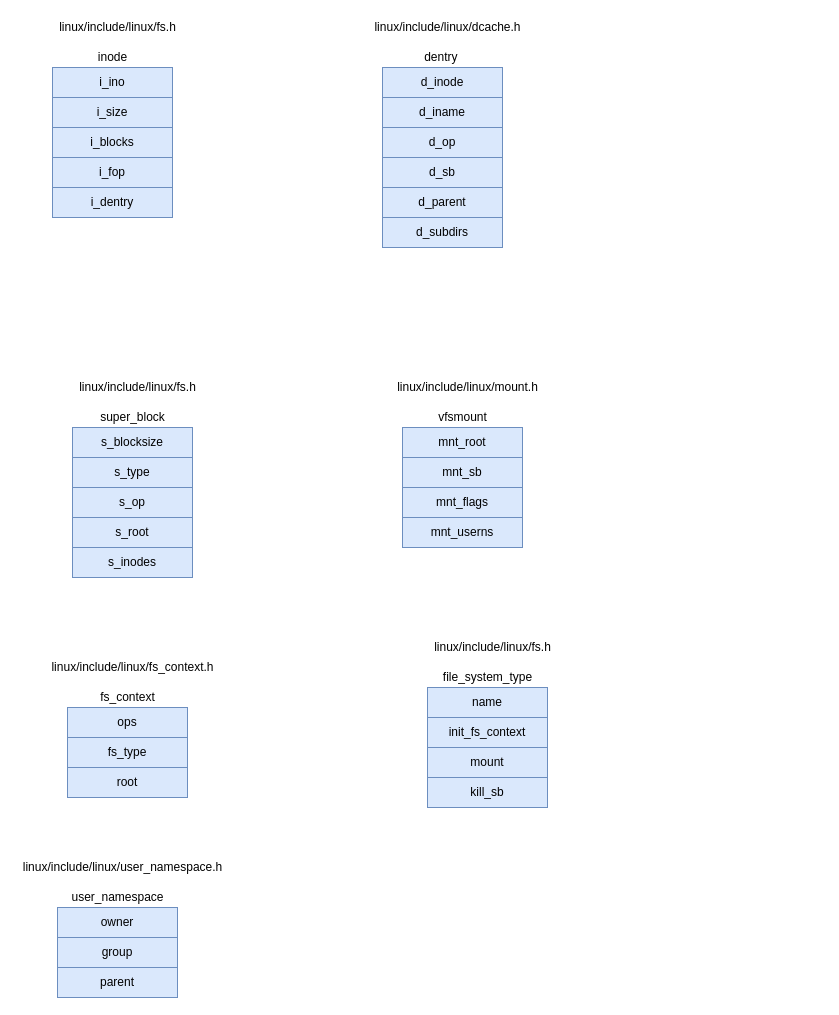
thomas-coding/drawio keeps this draw.io diagram as page "fs" (6 of 6) of linux.drawio. Above is the earlier version. Source tidied: cells renumbered, new cells numbered last; positions are measured from the earlier drawing's top-left corner, leaving out a move shared by most shapes. Both pictures are drawn from the tidied source at 100%, with x=0, y=0 at pixel (17, 17).
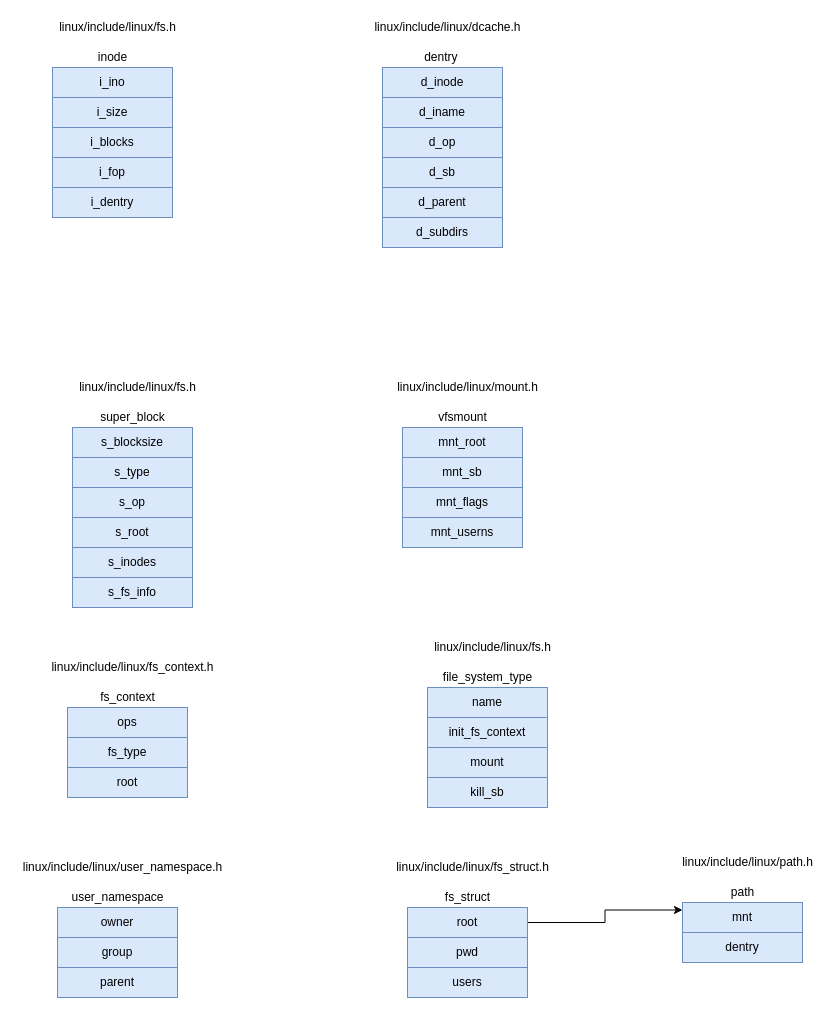
The same page after the edit.

Diff of the diagram source:
```diff
@@
+    <mxCell id="46" value="s_fs_info" style="rounded=0;whiteSpace=wrap;html=1;fillColor=#dae8fc;strokeColor=#6c8ebf;" parent="1" vertex="1">
+      <mxGeometry x="55" y="560" width="120" height="30" as="geometry" />
+    </mxCell>
+    <mxCell id="47" style="edgeStyle=orthogonalEdgeStyle;rounded=0;jettySize=auto;html=1;entryX=0;entryY=0.25;entryDx=0;entryDy=0;" parent="1" edge="1" source="48" target="53">
+      <mxGeometry relative="1" as="geometry" />
+    </mxCell>
+    <mxCell id="48" value="root" style="rounded=0;whiteSpace=wrap;html=1;fillColor=#dae8fc;strokeColor=#6c8ebf;" parent="1" vertex="1">
+      <mxGeometry x="390" y="890" width="120" height="30" as="geometry" />
+    </mxCell>
+    <mxCell id="49" value="pwd" style="rounded=0;whiteSpace=wrap;html=1;fillColor=#dae8fc;strokeColor=#6c8ebf;" parent="1" vertex="1">
+      <mxGeometry x="390" y="920" width="120" height="30" as="geometry" />
+    </mxCell>
+    <mxCell id="50" value="users" style="rounded=0;whiteSpace=wrap;html=1;fillColor=#dae8fc;strokeColor=#6c8ebf;" parent="1" vertex="1">
+      <mxGeometry x="390" y="950" width="120" height="30" as="geometry" />
+    </mxCell>
+    <mxCell id="51" value="fs_struct" style="text;html=1;align=center;verticalAlign=middle;strokeColor=none;fillColor=none;" parent="1" vertex="1">
+      <mxGeometry x="420" y="870" width="60" height="20" as="geometry" />
+    </mxCell>
+    <mxCell id="52" value="linux/include/linux/fs_struct.h" style="text;html=1;align=center;verticalAlign=middle;strokeColor=none;fillColor=none;" parent="1" vertex="1">
+      <mxGeometry x="370" y="840" width="170" height="20" as="geometry" />
+    </mxCell>
+    <mxCell id="53" value="mnt" style="rounded=0;whiteSpace=wrap;html=1;fillColor=#dae8fc;strokeColor=#6c8ebf;" parent="1" vertex="1">
+      <mxGeometry x="665" y="885" width="120" height="30" as="geometry" />
+    </mxCell>
+    <mxCell id="54" value="dentry" style="rounded=0;whiteSpace=wrap;html=1;fillColor=#dae8fc;strokeColor=#6c8ebf;" parent="1" vertex="1">
+      <mxGeometry x="665" y="915" width="120" height="30" as="geometry" />
+    </mxCell>
+    <mxCell id="55" value="path" style="text;html=1;align=center;verticalAlign=middle;strokeColor=none;fillColor=none;" parent="1" vertex="1">
+      <mxGeometry x="705" y="865" width="40" height="20" as="geometry" />
+    </mxCell>
+    <mxCell id="56" value="linux/include/linux/path.h" style="text;html=1;align=center;verticalAlign=middle;strokeColor=none;fillColor=none;" parent="1" vertex="1">
+      <mxGeometry x="655" y="835" width="150" height="20" as="geometry" />
+    </mxCell>
```
